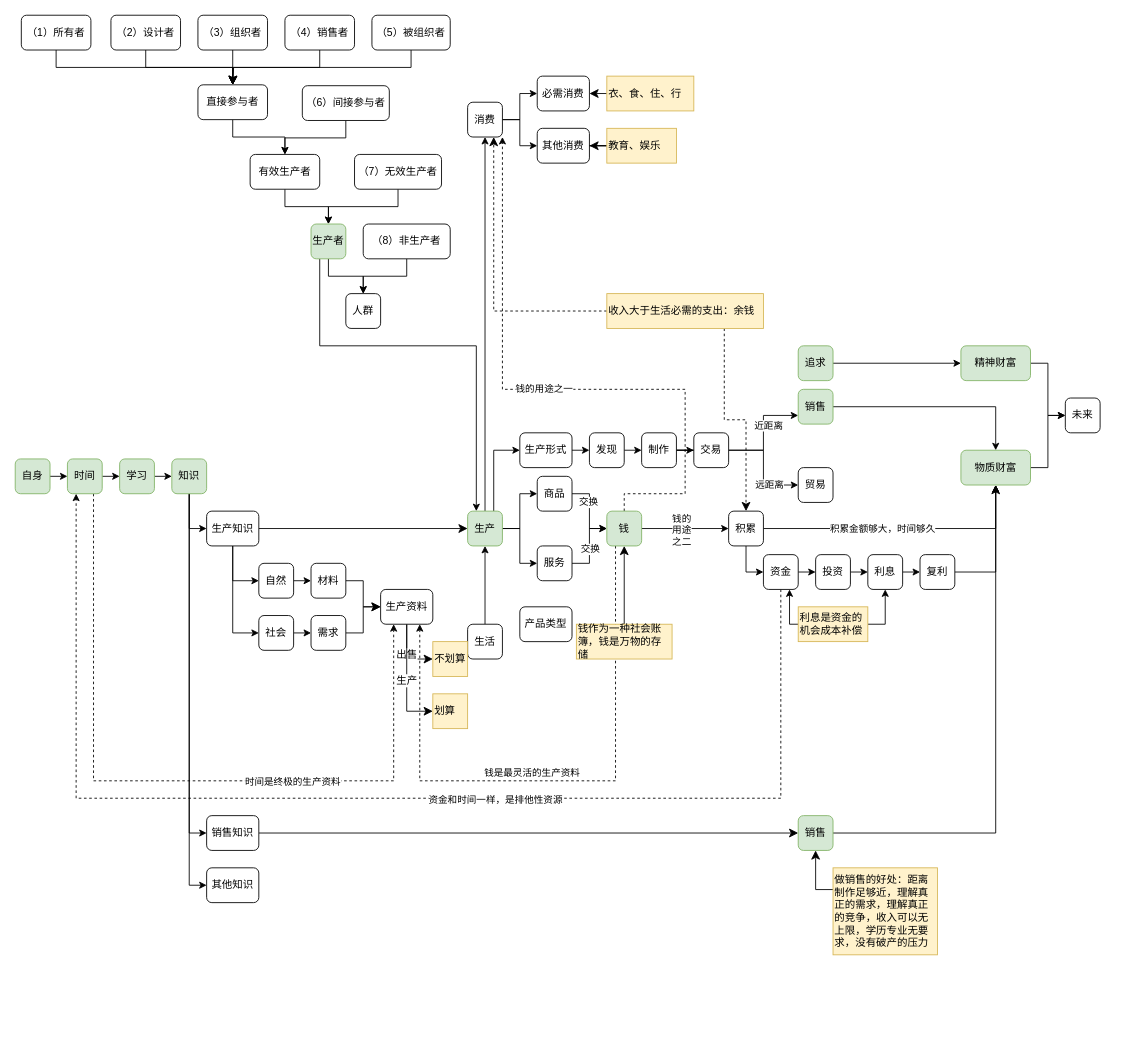
Before: 财富的真相.drawio in yanhanfrontend/draw.io.workspace, a draw.io diagram. Source tidied: cells renumbered, new cells numbered last; positions are measured from the earlier drawing's top-left corner, leaving out a move shared by most shapes. Both pictures are drawn from the tidied source at 87%, with x=0, y=0 at pixel (15, 15).
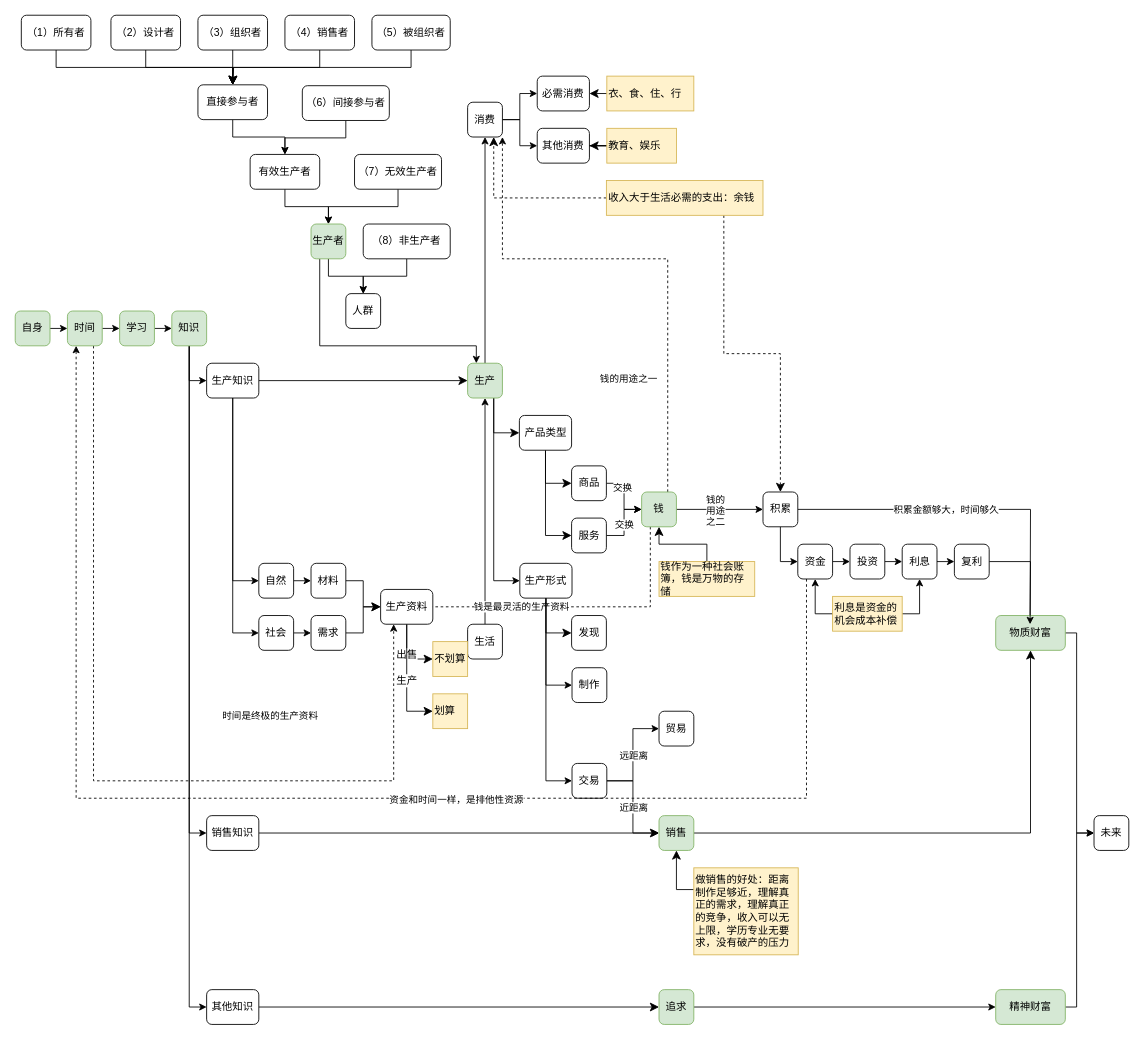
The same diagram, later.

Commit message (it also covers changes not shown here):
更新财富的真相.drawio

Unchanged cells that the change refers to:
```xml
<mxCell id="11" value="消费" style="rounded=1;whiteSpace=wrap;html=1;" parent="1" vertex="1">
  <mxGeometry x="520" y="100" width="40" height="40" as="geometry" />
</mxCell>
<mxCell id="38" value="生产资料" style="rounded=1;whiteSpace=wrap;html=1;" parent="1" vertex="1">
  <mxGeometry x="420" y="660" width="60" height="40" as="geometry" />
</mxCell>
<mxCell id="91" style="edgeStyle=orthogonalEdgeStyle;rounded=0;jettySize=auto;html=1;exitX=1;exitY=0.5;exitDx=0;exitDy=0;entryX=0;entryY=0.5;entryDx=0;entryDy=0;" parent="1" edge="1" source="93" target="96">
  <mxGeometry relative="1" as="geometry" />
</mxCell>
```

Diff of the diagram source:
```diff
@@
-    <mxCell id="4" style="edgeStyle=orthogonalEdgeStyle;rounded=0;jettySize=auto;html=1;exitX=1;exitY=0.5;exitDx=0;exitDy=0;entryX=0;entryY=0.5;entryDx=0;entryDy=0;" parent="1" edge="1" source="8" target="16">
-      <mxGeometry relative="1" as="geometry" />
-    </mxCell>
-    <mxCell id="5" style="edgeStyle=orthogonalEdgeStyle;rounded=0;jettySize=auto;html=1;exitX=1;exitY=0.5;exitDx=0;exitDy=0;entryX=0;entryY=0.5;entryDx=0;entryDy=0;" parent="1" edge="1" source="8" target="19">
-      <mxGeometry relative="1" as="geometry" />
-    </mxCell>
@@
-    <mxCell id="7" style="edgeStyle=orthogonalEdgeStyle;rounded=0;jettySize=auto;html=1;exitX=0.75;exitY=0;exitDx=0;exitDy=0;entryX=0;entryY=0.5;entryDx=0;entryDy=0;" parent="1" edge="1" source="8" target="84">
+    <mxCell id="7" style="edgeStyle=orthogonalEdgeStyle;rounded=0;jettySize=auto;html=1;exitX=0.75;exitY=1;exitDx=0;exitDy=0;entryX=0;entryY=0.5;entryDx=0;entryDy=0;" parent="1" edge="1" source="8" target="84">
       <mxGeometry relative="1" as="geometry">
         <Array as="points">
-          <mxPoint x="550" y="500" />
+          <mxPoint x="550" y="650" />
         </Array>
       </mxGeometry>
     </mxCell>
+    <mxCell id="135" style="edgeStyle=orthogonalEdgeStyle;shape=connector;rounded=0;jettySize=auto;html=1;exitX=0.75;exitY=1;exitDx=0;exitDy=0;entryX=0;entryY=0.5;entryDx=0;entryDy=0;strokeColor=default;align=center;verticalAlign=middle;fontFamily=Helvetica;fontSize=12;fontColor=default;labelBackgroundColor=default;startSize=8;endArrow=classic;endSize=8;" parent="1" edge="1" source="8" target="134">
+      <mxGeometry relative="1" as="geometry" />
+    </mxCell>
     <mxCell id="8" value="生产" style="rounded=1;whiteSpace=wrap;html=1;fillColor=#d5e8d4;strokeColor=#82b366;" parent="1" vertex="1">
-      <mxGeometry x="520" y="570" width="40" height="40" as="geometry" />
+      <mxGeometry x="520" y="400" width="40" height="40" as="geometry" />
     </mxCell>
@@
     <mxCell id="16" value="商品" style="rounded=1;whiteSpace=wrap;html=1;" parent="1" vertex="1">
-      <mxGeometry x="600" y="530" width="40" height="40" as="geometry" />
+      <mxGeometry x="639.5" y="518" width="40" height="40" as="geometry" />
     </mxCell>
@@
     <mxCell id="19" value="服务" style="rounded=1;whiteSpace=wrap;html=1;" parent="1" vertex="1">
-      <mxGeometry x="600" y="610" width="40" height="40" as="geometry" />
+      <mxGeometry x="639.5" y="578" width="40" height="40" as="geometry" />
     </mxCell>
-    <mxCell id="20" style="edgeStyle=orthogonalEdgeStyle;rounded=0;jettySize=auto;html=1;exitX=1;exitY=0.5;exitDx=0;exitDy=0;entryX=0.5;entryY=1;entryDx=0;entryDy=0;" parent="1" edge="1" source="35" target="30">
-      <mxGeometry relative="1" as="geometry" />
+    <mxCell id="20" style="edgeStyle=orthogonalEdgeStyle;rounded=0;jettySize=auto;html=1;exitX=1;exitY=0.5;exitDx=0;exitDy=0;entryX=0.5;entryY=1;entryDx=0;entryDy=0;" parent="1" edge="1" source="35">
+      <mxGeometry relative="1" as="geometry">
+        <mxPoint x="1166.5" y="700" as="targetPoint" />
+      </mxGeometry>
     </mxCell>
@@
-    <mxCell id="24" style="edgeStyle=orthogonalEdgeStyle;rounded=0;jettySize=auto;html=1;exitX=0.5;exitY=0;exitDx=0;exitDy=0;entryX=1;entryY=1;entryDx=0;entryDy=0;dashed=1;" parent="1" edge="1" source="28" target="11">
+    <mxCell id="24" style="edgeStyle=orthogonalEdgeStyle;rounded=0;jettySize=auto;html=1;exitX=0.75;exitY=0;exitDx=0;exitDy=0;entryX=1;entryY=1;entryDx=0;entryDy=0;dashed=1;" parent="1" edge="1" source="28" target="11">
       <mxGeometry relative="1" as="geometry">
         <Array as="points">
-          <mxPoint x="700" y="550" />
-          <mxPoint x="770" y="550" />
-          <mxPoint x="770" y="430" />
-          <mxPoint x="560" y="430" />
+          <mxPoint x="750" y="280" />
+          <mxPoint x="560" y="280" />
         </Array>
       </mxGeometry>
     </mxCell>
     <mxCell id="25" value="钱的用途之一" style="edgeLabel;html=1;align=center;verticalAlign=middle;" parent="24" vertex="1">
-      <mxGeometry x="0.05" y="-1" relative="1" as="geometry" />
+      <mxGeometry x="0.05" y="-1" relative="1" as="geometry">
+        <mxPoint y="138" as="offset" />
+      </mxGeometry>
     </mxCell>
     <mxCell id="26" style="edgeStyle=orthogonalEdgeStyle;rounded=0;jettySize=auto;html=1;exitX=0.25;exitY=1;exitDx=0;exitDy=0;entryX=0.75;entryY=1;entryDx=0;entryDy=0;dashed=1;" parent="1" edge="1" source="28" target="38">
       <mxGeometry relative="1" as="geometry">
         <Array as="points">
-          <mxPoint x="690" y="880" />
-          <mxPoint x="465" y="880" />
+          <mxPoint x="730" y="680" />
+          <mxPoint x="465" y="680" />
         </Array>
       </mxGeometry>
     </mxCell>
@@
     <mxCell id="28" value="钱" style="rounded=1;whiteSpace=wrap;html=1;fillColor=#d5e8d4;strokeColor=#82b366;" parent="1" vertex="1">
-      <mxGeometry x="680" y="570" width="40" height="40" as="geometry" />
+      <mxGeometry x="720" y="548" width="40" height="40" as="geometry" />
     </mxCell>
     <mxCell id="29" style="edgeStyle=orthogonalEdgeStyle;rounded=0;jettySize=auto;html=1;exitX=1;exitY=0.5;exitDx=0;exitDy=0;entryX=0;entryY=0.5;entryDx=0;entryDy=0;" parent="1" edge="1" source="30" target="110">
-      <mxGeometry relative="1" as="geometry" />
+      <mxGeometry relative="1" as="geometry">
+        <Array as="points">
+          <mxPoint x="1220" y="710" />
+          <mxPoint x="1220" y="940" />
+        </Array>
+      </mxGeometry>
     </mxCell>
     <mxCell id="30" value="物质财富" style="rounded=1;whiteSpace=wrap;html=1;fillColor=#d5e8d4;strokeColor=#82b366;" parent="1" vertex="1">
-      <mxGeometry x="1087" y="500" width="80" height="40" as="geometry" />
+      <mxGeometry x="1127" y="690" width="80" height="40" as="geometry" />
     </mxCell>
@@
     <mxCell id="33" value="收入大于生活必需的支出：余钱" style="text;html=1;align=left;verticalAlign=middle;whiteSpace=wrap;rounded=0;fillColor=#fff2cc;strokeColor=#d6b656;" parent="1" vertex="1">
-      <mxGeometry x="680" y="320" width="180" height="40" as="geometry" />
+      <mxGeometry x="679.5" y="190" width="180" height="40" as="geometry" />
     </mxCell>
     <mxCell id="34" style="edgeStyle=orthogonalEdgeStyle;rounded=0;jettySize=auto;html=1;exitX=0.5;exitY=1;exitDx=0;exitDy=0;entryX=0;entryY=0.5;entryDx=0;entryDy=0;" parent="1" edge="1" source="35" target="116">
       <mxGeometry relative="1" as="geometry">
         <Array as="points">
-          <mxPoint x="840" y="640" />
+          <mxPoint x="879.5" y="628" />
         </Array>
       </mxGeometry>
     </mxCell>
     <mxCell id="35" value="积累" style="rounded=1;whiteSpace=wrap;html=1;" parent="1" vertex="1">
-      <mxGeometry x="820" y="570" width="40" height="40" as="geometry" />
+      <mxGeometry x="859.5" y="548" width="40" height="40" as="geometry" />
     </mxCell>
@@
     <mxCell id="46" value="时间" style="rounded=1;whiteSpace=wrap;html=1;fillColor=#d5e8d4;strokeColor=#82b366;" parent="1" vertex="1">
-      <mxGeometry x="60" y="510" width="40" height="40" as="geometry" />
+      <mxGeometry x="60" y="340" width="40" height="40" as="geometry" />
     </mxCell>
@@
     <mxCell id="52" value="自身" style="rounded=1;whiteSpace=wrap;html=1;fillColor=#d5e8d4;strokeColor=#82b366;" parent="1" vertex="1">
-      <mxGeometry y="510" width="40" height="40" as="geometry" />
+      <mxGeometry y="340" width="40" height="40" as="geometry" />
     </mxCell>
-    <mxCell id="53" style="edgeStyle=orthogonalEdgeStyle;rounded=0;jettySize=auto;html=1;exitX=0.5;exitY=1;exitDx=0;exitDy=0;entryX=0;entryY=0.5;entryDx=0;entryDy=0;" parent="1" edge="1" source="56" target="102">
+    <mxCell id="53" style="edgeStyle=orthogonalEdgeStyle;rounded=0;jettySize=auto;html=1;entryX=0;entryY=0.5;entryDx=0;entryDy=0;" parent="1" edge="1" source="56" target="102">
       <mxGeometry relative="1" as="geometry" />
     </mxCell>
@@
     <mxCell id="56" value="知识" style="rounded=1;whiteSpace=wrap;html=1;fillColor=#d5e8d4;strokeColor=#82b366;" parent="1" vertex="1">
-      <mxGeometry x="180" y="510" width="40" height="40" as="geometry" />
+      <mxGeometry x="180" y="340" width="40" height="40" as="geometry" />
     </mxCell>
     <mxCell id="57" style="edgeStyle=orthogonalEdgeStyle;rounded=0;jettySize=auto;html=1;exitX=1;exitY=0.5;exitDx=0;exitDy=0;" parent="1" edge="1" source="58">
       <mxGeometry relative="1" as="geometry">
-        <mxPoint x="180" y="530" as="targetPoint" />
+        <mxPoint x="180" y="360" as="targetPoint" />
       </mxGeometry>
     </mxCell>
     <mxCell id="58" value="学习" style="rounded=1;whiteSpace=wrap;html=1;fillColor=#d5e8d4;strokeColor=#82b366;" parent="1" vertex="1">
-      <mxGeometry x="120" y="510" width="40" height="40" as="geometry" />
+      <mxGeometry x="120" y="340" width="40" height="40" as="geometry" />
     </mxCell>
@@
-    <mxCell id="83" style="edgeStyle=orthogonalEdgeStyle;rounded=0;jettySize=auto;html=1;exitX=1;exitY=0.5;exitDx=0;exitDy=0;entryX=0;entryY=0.5;entryDx=0;entryDy=0;" parent="1" edge="1" source="84" target="86">
+    <mxCell id="83" style="edgeStyle=orthogonalEdgeStyle;shape=connector;rounded=0;jettySize=auto;html=1;exitX=0.5;exitY=1;exitDx=0;exitDy=0;entryX=0;entryY=0.5;entryDx=0;entryDy=0;strokeColor=default;align=center;verticalAlign=middle;fontFamily=Helvetica;fontSize=12;fontColor=default;labelBackgroundColor=default;startSize=8;endArrow=classic;endSize=8;" parent="1" edge="1" source="84" target="86">
       <mxGeometry relative="1" as="geometry" />
     </mxCell>
     <mxCell id="84" value="生产形式" style="rounded=1;whiteSpace=wrap;html=1;" parent="1" vertex="1">
-      <mxGeometry x="580" y="480" width="60" height="40" as="geometry" />
+      <mxGeometry x="580" y="630" width="60" height="40" as="geometry" />
     </mxCell>
-    <mxCell id="85" style="edgeStyle=orthogonalEdgeStyle;rounded=0;jettySize=auto;html=1;exitX=1;exitY=0.5;exitDx=0;exitDy=0;entryX=0;entryY=0.5;entryDx=0;entryDy=0;" parent="1" edge="1" source="86" target="88">
+    <mxCell id="85" style="edgeStyle=orthogonalEdgeStyle;rounded=0;jettySize=auto;html=1;entryX=0;entryY=0.5;entryDx=0;entryDy=0;" parent="1" edge="1" source="84" target="88">
       <mxGeometry relative="1" as="geometry" />
     </mxCell>
     <mxCell id="86" value="发现" style="rounded=1;whiteSpace=wrap;html=1;" parent="1" vertex="1">
-      <mxGeometry x="660" y="480" width="40" height="40" as="geometry" />
+      <mxGeometry x="639.5" y="690" width="40" height="40" as="geometry" />
     </mxCell>
-    <mxCell id="87" style="edgeStyle=orthogonalEdgeStyle;rounded=0;jettySize=auto;html=1;exitX=1;exitY=0.5;exitDx=0;exitDy=0;" parent="1" edge="1" source="88" target="93">
+    <mxCell id="87" style="edgeStyle=orthogonalEdgeStyle;rounded=0;jettySize=auto;html=1;exitX=0.5;exitY=1;exitDx=0;exitDy=0;entryX=0;entryY=0.5;entryDx=0;entryDy=0;" parent="1" edge="1" source="84" target="93">
       <mxGeometry relative="1" as="geometry" />
     </mxCell>
     <mxCell id="88" value="制作" style="rounded=1;whiteSpace=wrap;html=1;" parent="1" vertex="1">
-      <mxGeometry x="720" y="480" width="40" height="40" as="geometry" />
+      <mxGeometry x="640" y="750" width="40" height="40" as="geometry" />
     </mxCell>
-    <mxCell id="89" style="edgeStyle=orthogonalEdgeStyle;rounded=0;jettySize=auto;html=1;exitX=1;exitY=0.5;exitDx=0;exitDy=0;entryX=0;entryY=0.75;entryDx=0;entryDy=0;" parent="1" edge="1" source="93" target="95">
+    <mxCell id="89" style="edgeStyle=orthogonalEdgeStyle;rounded=0;jettySize=auto;html=1;exitX=1;exitY=0.5;exitDx=0;exitDy=0;" parent="1" edge="1" source="93" target="133">
       <mxGeometry relative="1" as="geometry">
         <Array as="points">
-          <mxPoint x="860" y="500" />
-          <mxPoint x="860" y="460" />
+          <mxPoint x="710" y="880" />
+          <mxPoint x="710" y="940" />
         </Array>
       </mxGeometry>
     </mxCell>
     <mxCell id="90" value="近距离" style="edgeLabel;html=1;align=center;verticalAlign=middle;" parent="89" vertex="1">
       <mxGeometry x="0.46" y="-3" relative="1" as="geometry">
-        <mxPoint x="-3" y="8" as="offset" />
+        <mxPoint x="3" y="-28" as="offset" />
       </mxGeometry>
     </mxCell>
@@
     <mxCell id="92" value="远距离" style="edgeLabel;html=1;align=center;verticalAlign=middle;" parent="91" vertex="1">
-      <mxGeometry x="0.43" y="1" relative="1" as="geometry" />
+      <mxGeometry x="0.43" y="1" relative="1" as="geometry">
+        <mxPoint x="1" y="26" as="offset" />
+      </mxGeometry>
     </mxCell>
     <mxCell id="93" value="交易" style="rounded=1;whiteSpace=wrap;html=1;" parent="1" vertex="1">
-      <mxGeometry x="780" y="480" width="40" height="40" as="geometry" />
+      <mxGeometry x="640" y="860" width="40" height="40" as="geometry" />
     </mxCell>
-    <mxCell id="94" style="edgeStyle=orthogonalEdgeStyle;rounded=0;jettySize=auto;html=1;exitX=1;exitY=0.5;exitDx=0;exitDy=0;" parent="1" edge="1" source="95" target="30">
-      <mxGeometry relative="1" as="geometry" />
-    </mxCell>
-    <mxCell id="95" value="销售" style="rounded=1;whiteSpace=wrap;html=1;fillColor=#d5e8d4;strokeColor=#82b366;" parent="1" vertex="1">
-      <mxGeometry x="900" y="430" width="40" height="40" as="geometry" />
-    </mxCell>
-    <mxCell id="96" value="贸易" style="rounded=1;whiteSpace=wrap;html=1;" parent="1" vertex="1">
-      <mxGeometry x="900" y="520" width="40" height="40" as="geometry" />
-    </mxCell>
@@
     <mxCell id="98" value="做销售的好处：距离制作足够近，理解真正的需求，理解真正的竞争，收入可以无上限，学历专业无要求，没有破产的压力" style="text;html=1;align=left;verticalAlign=middle;whiteSpace=wrap;rounded=0;fillColor=#fff2cc;strokeColor=#d6b656;" parent="1" vertex="1">
-      <mxGeometry x="940" y="980" width="120" height="100" as="geometry" />
+      <mxGeometry x="780" y="980" width="120" height="100" as="geometry" />
     </mxCell>
@@
     <mxCell id="102" value="生产知识" style="rounded=1;whiteSpace=wrap;html=1;" parent="1" vertex="1">
-      <mxGeometry x="220" y="570" width="60" height="40" as="geometry" />
+      <mxGeometry x="220" y="400" width="60" height="40" as="geometry" />
     </mxCell>
+    <mxCell id="136" style="edgeStyle=orthogonalEdgeStyle;shape=connector;rounded=0;jettySize=auto;html=1;exitX=1;exitY=0.5;exitDx=0;exitDy=0;entryX=0;entryY=0.5;entryDx=0;entryDy=0;strokeColor=default;align=center;verticalAlign=middle;fontFamily=Helvetica;fontSize=12;fontColor=default;labelBackgroundColor=default;startSize=8;endArrow=classic;endSize=8;" parent="1" edge="1" source="103" target="107">
+      <mxGeometry relative="1" as="geometry" />
+    </mxCell>
     <mxCell id="103" value="其他知识" style="rounded=1;whiteSpace=wrap;html=1;" parent="1" vertex="1">
-      <mxGeometry x="220" y="980" width="60" height="40" as="geometry" />
+      <mxGeometry x="220" y="1120" width="60" height="40" as="geometry" />
     </mxCell>
     <mxCell id="104" style="edgeStyle=orthogonalEdgeStyle;rounded=0;jettySize=auto;html=1;exitX=1;exitY=0.5;exitDx=0;exitDy=0;entryX=0;entryY=0.5;entryDx=0;entryDy=0;" parent="1" edge="1" source="105" target="110">
-      <mxGeometry relative="1" as="geometry" />
+      <mxGeometry relative="1" as="geometry">
+        <Array as="points">
+          <mxPoint x="1220" y="1140" />
+          <mxPoint x="1220" y="940" />
+        </Array>
+      </mxGeometry>
     </mxCell>
     <mxCell id="105" value="精神财富" style="rounded=1;whiteSpace=wrap;html=1;fillColor=#d5e8d4;strokeColor=#82b366;" parent="1" vertex="1">
-      <mxGeometry x="1087" y="380" width="80" height="40" as="geometry" />
+      <mxGeometry x="1127" y="1120" width="80" height="40" as="geometry" />
     </mxCell>
@@
     <mxCell id="107" value="追求" style="rounded=1;whiteSpace=wrap;html=1;fillColor=#d5e8d4;strokeColor=#82b366;" parent="1" vertex="1">
-      <mxGeometry x="900" y="380" width="40" height="40" as="geometry" />
+      <mxGeometry x="740" y="1120" width="40" height="40" as="geometry" />
     </mxCell>
@@
     <mxCell id="110" value="未来" style="rounded=1;whiteSpace=wrap;html=1;" parent="1" vertex="1">
-      <mxGeometry x="1207" y="440" width="40" height="40" as="geometry" />
+      <mxGeometry x="1240" y="920" width="40" height="40" as="geometry" />
     </mxCell>
@@
     <mxCell id="112" value="钱作为一种社会账簿，&lt;span style=&quot;&quot;&gt;钱是万物的存储&lt;/span&gt;" style="text;html=1;align=left;verticalAlign=middle;whiteSpace=wrap;rounded=0;fillColor=#fff2cc;strokeColor=#d6b656;" parent="1" vertex="1">
-      <mxGeometry x="645" y="700" width="110" height="40" as="geometry" />
+      <mxGeometry x="740" y="628" width="110" height="40" as="geometry" />
     </mxCell>
-    <mxCell id="113" style="edgeStyle=orthogonalEdgeStyle;rounded=0;jettySize=auto;html=1;exitX=0.5;exitY=1;exitDx=0;exitDy=0;entryX=0.25;entryY=1;entryDx=0;entryDy=0;dashed=1;" parent="1" edge="1" source="116" target="46">
+    <mxCell id="113" style="edgeStyle=orthogonalEdgeStyle;rounded=0;jettySize=auto;html=1;exitX=0.25;exitY=1;exitDx=0;exitDy=0;entryX=0.25;entryY=1;entryDx=0;entryDy=0;dashed=1;" parent="1" edge="1" source="116" target="46">
       <mxGeometry relative="1" as="geometry">
         <Array as="points">
-          <mxPoint x="880" y="900" />
+          <mxPoint x="910" y="900" />
           <mxPoint x="70" y="900" />
         </Array>
       </mxGeometry>
     </mxCell>
@@
     <mxCell id="116" value="资金" style="rounded=1;whiteSpace=wrap;html=1;" parent="1" vertex="1">
-      <mxGeometry x="860" y="620" width="40" height="40" as="geometry" />
+      <mxGeometry x="899.5" y="608" width="40" height="40" as="geometry" />
     </mxCell>
@@
     <mxCell id="118" value="投资" style="rounded=1;whiteSpace=wrap;html=1;" parent="1" vertex="1">
-      <mxGeometry x="920" y="620" width="40" height="40" as="geometry" />
+      <mxGeometry x="959.5" y="608" width="40" height="40" as="geometry" />
     </mxCell>
-    <mxCell id="119" style="edgeStyle=orthogonalEdgeStyle;rounded=0;jettySize=auto;html=1;exitX=0;exitY=0.5;exitDx=0;exitDy=0;" parent="1" edge="1" source="121">
+    <mxCell id="119" style="edgeStyle=orthogonalEdgeStyle;rounded=0;jettySize=auto;html=1;exitX=0;exitY=0.5;exitDx=0;exitDy=0;entryX=0.5;entryY=1;entryDx=0;entryDy=0;" parent="1" edge="1" source="121" target="116">
       <mxGeometry relative="1" as="geometry">
-        <mxPoint x="890" y="660" as="targetPoint" />
         <Array as="points">
-          <mxPoint x="890" y="700" />
-          <mxPoint x="890" y="660" />
+          <mxPoint x="920" y="688" />
         </Array>
       </mxGeometry>
     </mxCell>
     <mxCell id="120" style="edgeStyle=orthogonalEdgeStyle;rounded=0;jettySize=auto;html=1;exitX=1;exitY=0.5;exitDx=0;exitDy=0;entryX=0.5;entryY=1;entryDx=0;entryDy=0;" parent="1" edge="1" source="121" target="123">
       <mxGeometry relative="1" as="geometry">
         <Array as="points">
-          <mxPoint x="1000" y="700" />
+          <mxPoint x="1039.5" y="688" />
         </Array>
       </mxGeometry>
     </mxCell>
     <mxCell id="121" value="利息是资金的机会成本补偿" style="text;html=1;align=left;verticalAlign=middle;whiteSpace=wrap;rounded=0;fillColor=#fff2cc;strokeColor=#d6b656;" parent="1" vertex="1">
-      <mxGeometry x="900" y="680" width="80" height="40" as="geometry" />
+      <mxGeometry x="939.5" y="668" width="80" height="40" as="geometry" />
     </mxCell>
@@
     <mxCell id="123" value="利息" style="rounded=1;whiteSpace=wrap;html=1;" parent="1" vertex="1">
-      <mxGeometry x="980" y="620" width="40" height="40" as="geometry" />
+      <mxGeometry x="1019.5" y="608" width="40" height="40" as="geometry" />
     </mxCell>
-    <mxCell id="124" style="edgeStyle=orthogonalEdgeStyle;rounded=0;jettySize=auto;html=1;exitX=1;exitY=0.5;exitDx=0;exitDy=0;" parent="1" edge="1" source="125" target="30">
-      <mxGeometry relative="1" as="geometry" />
+    <mxCell id="124" style="edgeStyle=orthogonalEdgeStyle;rounded=0;jettySize=auto;html=1;exitX=1;exitY=0.5;exitDx=0;exitDy=0;" parent="1" edge="1" source="125">
+      <mxGeometry relative="1" as="geometry">
+        <mxPoint x="1166.5" y="700" as="targetPoint" />
+      </mxGeometry>
     </mxCell>
     <mxCell id="125" value="复利" style="rounded=1;whiteSpace=wrap;html=1;" parent="1" vertex="1">
-      <mxGeometry x="1040" y="620" width="40" height="40" as="geometry" />
+      <mxGeometry x="1079.5" y="608" width="40" height="40" as="geometry" />
     </mxCell>
@@
     <mxCell id="133" value="销售" style="rounded=1;whiteSpace=wrap;html=1;fillColor=#d5e8d4;strokeColor=#82b366;" parent="1" vertex="1">
-      <mxGeometry x="900" y="920" width="40" height="40" as="geometry" />
+      <mxGeometry x="740" y="920" width="40" height="40" as="geometry" />
     </mxCell>
+    <mxCell id="137" style="edgeStyle=orthogonalEdgeStyle;shape=connector;rounded=0;jettySize=auto;html=1;exitX=0.5;exitY=1;exitDx=0;exitDy=0;entryX=0;entryY=0.5;entryDx=0;entryDy=0;strokeColor=default;align=center;verticalAlign=middle;fontFamily=Helvetica;fontSize=12;fontColor=default;labelBackgroundColor=default;startSize=8;endArrow=classic;endSize=8;" parent="1" edge="1" source="134" target="16">
+      <mxGeometry relative="1" as="geometry" />
+    </mxCell>
+    <mxCell id="138" style="edgeStyle=orthogonalEdgeStyle;shape=connector;rounded=0;jettySize=auto;html=1;exitX=0.5;exitY=1;exitDx=0;exitDy=0;entryX=0;entryY=0.5;entryDx=0;entryDy=0;strokeColor=default;align=center;verticalAlign=middle;fontFamily=Helvetica;fontSize=12;fontColor=default;labelBackgroundColor=default;startSize=8;endArrow=classic;endSize=8;" parent="1" edge="1" source="134" target="19">
+      <mxGeometry relative="1" as="geometry" />
+    </mxCell>
     <mxCell id="134" value="产品类型" style="rounded=1;whiteSpace=wrap;html=1;" parent="1" vertex="1">
-      <mxGeometry x="580" y="680" width="60" height="40" as="geometry" />
+      <mxGeometry x="579.5" y="460" width="60" height="40" as="geometry" />
     </mxCell>
+    <mxCell id="96" value="贸易" style="rounded=1;whiteSpace=wrap;html=1;" parent="1" vertex="1">
+      <mxGeometry x="740" y="800" width="40" height="40" as="geometry" />
+    </mxCell>
```
